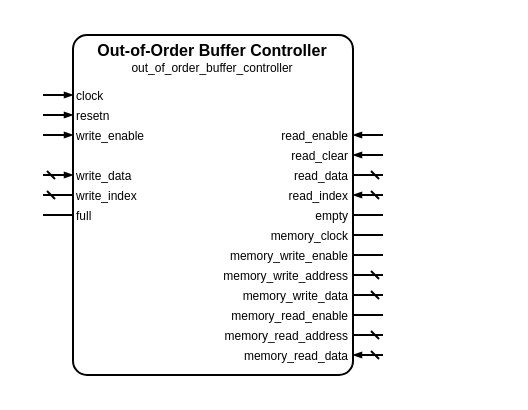
Earlier version of the draw.io diagram sources/data/controllers/out_of_order_buffer/out_of_order_buffer_controller.symbol.drawio (Louis-DR/OmniCores-BuildingBlocks). Source tidied: cells renumbered, new cells numbered last; positions are measured from the earlier drawing's top-left corner, leaving out a move shared by most shapes. Both pictures are drawn from the tidied source at 200%, with x=0, y=0 at pixel (42, 34).
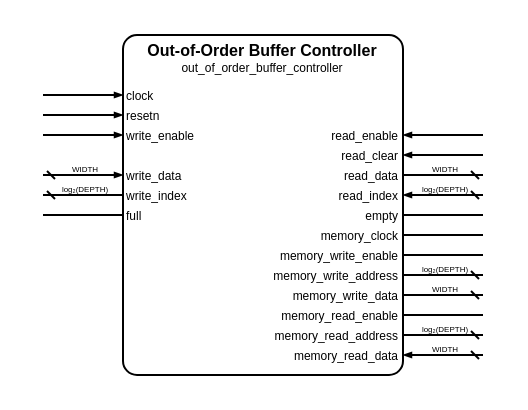
The same diagram, later.

Change to the diagram source:
```diff
@@
     <mxCell id="2" style="group;" parent="1" vertex="1">
-      <mxGeometry width="170" height="170" as="geometry" />
+      <mxGeometry width="220" height="170" as="geometry" />
     </mxCell>
     <mxCell id="3" style="rounded=1;arcSize=5;fillColor=none;strokeWidth=1;strokeColor=black;whiteSpace=wrap;html=1;" parent="2" vertex="1">
-      <mxGeometry x="15" width="140" height="170" as="geometry" />
+      <mxGeometry x="40" width="140" height="170" as="geometry" />
     </mxCell>
     <mxCell id="4" value="Out-of-Order Buffer Controller" style="text;html=1;align=center;verticalAlign=middle;whiteSpace=wrap;rounded=0;fontSize=8;fontStyle=1;fontColor=black;" parent="2" vertex="1">
-      <mxGeometry x="15" y="7" width="140" as="geometry" />
+      <mxGeometry x="40" y="7" width="140" as="geometry" />
     </mxCell>
     <mxCell id="5" value="out_of_order_buffer_controller" style="text;html=1;align=center;verticalAlign=middle;whiteSpace=wrap;rounded=0;fontSize=6;fontStyle=0;fontColor=black;" parent="2" vertex="1">
-      <mxGeometry x="15" y="16" width="140" as="geometry" />
+      <mxGeometry x="40" y="16" width="140" as="geometry" />
     </mxCell>
     <mxCell id="6" value="clock" style="text;html=1;align=left;verticalAlign=middle;whiteSpace=wrap;rounded=0;fontSize=6;fontStyle=0;fontColor=black;" parent="2" vertex="1">
-      <mxGeometry x="15" y="30" width="140" as="geometry" />
+      <mxGeometry x="40" y="30" width="140" as="geometry" />
     </mxCell>
     <mxCell id="7" style="html=1;rounded=1;strokeWidth=1;strokeColor=black;startFill=0;startSize=2;startArrow=none;endFill=1;endSize=2;endArrow=blockThin;sourcePerimeterSpacing=0;" parent="2" edge="1">
       <mxGeometry relative="1" as="geometry">
         <mxPoint y="30" as="sourcePoint" />
-        <mxPoint x="15" y="30" as="targetPoint" />
+        <mxPoint x="40" y="30" as="targetPoint" />
       </mxGeometry>
     </mxCell>
     <mxCell id="8" value="resetn" style="text;html=1;align=left;verticalAlign=middle;whiteSpace=wrap;rounded=0;fontSize=6;fontStyle=0;fontColor=black;" parent="2" vertex="1">
-      <mxGeometry x="15" y="40" width="140" as="geometry" />
+      <mxGeometry x="40" y="40" width="140" as="geometry" />
     </mxCell>
     <mxCell id="9" style="html=1;rounded=1;strokeWidth=1;strokeColor=black;startFill=0;startSize=2;startArrow=none;endFill=1;endSize=2;endArrow=blockThin;sourcePerimeterSpacing=0;" parent="2" edge="1">
       <mxGeometry relative="1" as="geometry">
         <mxPoint y="40" as="sourcePoint" />
-        <mxPoint x="15" y="40" as="targetPoint" />
+        <mxPoint x="40" y="40" as="targetPoint" />
       </mxGeometry>
     </mxCell>
     <mxCell id="10" value="write_enable" style="text;html=1;align=left;verticalAlign=middle;whiteSpace=wrap;rounded=0;fontSize=6;fontStyle=0;fontColor=black;" parent="2" vertex="1">
-      <mxGeometry x="15" y="50" width="140" as="geometry" />
+      <mxGeometry x="40" y="50" width="140" as="geometry" />
     </mxCell>
     <mxCell id="11" style="html=1;rounded=1;strokeWidth=1;strokeColor=black;startFill=0;startSize=2;startArrow=none;endFill=1;endSize=2;endArrow=blockThin;sourcePerimeterSpacing=0;" parent="2" edge="1">
       <mxGeometry relative="1" as="geometry">
         <mxPoint y="50" as="sourcePoint" />
-        <mxPoint x="15" y="50" as="targetPoint" />
+        <mxPoint x="40" y="50" as="targetPoint" />
       </mxGeometry>
     </mxCell>
     <mxCell id="12" value="read_enable" style="text;html=1;align=right;verticalAlign=middle;whiteSpace=wrap;rounded=0;fontSize=6;fontStyle=0;fontColor=black;" parent="2" vertex="1">
-      <mxGeometry x="15" y="50" width="140" as="geometry" />
+      <mxGeometry x="40" y="50" width="140" as="geometry" />
     </mxCell>
     <mxCell id="13" style="html=1;rounded=1;strokeWidth=1;strokeColor=black;startFill=0;startSize=2;startArrow=none;endFill=1;endSize=2;endArrow=blockThin;sourcePerimeterSpacing=0;" parent="2" edge="1">
       <mxGeometry relative="1" as="geometry">
-        <mxPoint x="170" y="50" as="sourcePoint" />
-        <mxPoint x="155" y="50" as="targetPoint" />
+        <mxPoint x="220" y="50" as="sourcePoint" />
+        <mxPoint x="180" y="50" as="targetPoint" />
       </mxGeometry>
     </mxCell>
     <mxCell id="14" value="read_clear" style="text;html=1;align=right;verticalAlign=middle;whiteSpace=wrap;rounded=0;fontSize=6;fontStyle=0;fontColor=black;" parent="2" vertex="1">
-      <mxGeometry x="15" y="60" width="140" as="geometry" />
+      <mxGeometry x="40" y="60" width="140" as="geometry" />
     </mxCell>
     <mxCell id="15" style="html=1;rounded=1;strokeWidth=1;strokeColor=black;startFill=0;startSize=2;startArrow=none;endFill=1;endSize=2;endArrow=blockThin;sourcePerimeterSpacing=0;" parent="2" edge="1">
       <mxGeometry relative="1" as="geometry">
-        <mxPoint x="170" y="60" as="sourcePoint" />
-        <mxPoint x="155" y="60" as="targetPoint" />
+        <mxPoint x="220" y="60" as="sourcePoint" />
+        <mxPoint x="180" y="60" as="targetPoint" />
       </mxGeometry>
     </mxCell>
     <mxCell id="16" value="write_data" style="text;html=1;align=left;verticalAlign=middle;whiteSpace=wrap;rounded=0;fontSize=6;fontStyle=0;fontColor=black;" parent="2" vertex="1">
-      <mxGeometry x="15" y="70" width="140" as="geometry" />
+      <mxGeometry x="40" y="70" width="140" as="geometry" />
     </mxCell>
     <mxCell id="17" style="html=1;rounded=1;strokeWidth=1;strokeColor=black;startFill=0;startSize=2;startArrow=dash;endFill=1;endSize=2;endArrow=blockThin;sourcePerimeterSpacing=0;" parent="2" edge="1">
       <mxGeometry relative="1" as="geometry">
         <mxPoint y="70" as="sourcePoint" />
-        <mxPoint x="15" y="70" as="targetPoint" />
+        <mxPoint x="40" y="70" as="targetPoint" />
       </mxGeometry>
     </mxCell>
+    <mxCell id="42" value="WIDTH" style="text;html=1;align=center;verticalAlign=middle;whiteSpace=nowrap;rounded=0;fontSize=4;fontStyle=0;fontColor=black;" parent="2" vertex="1">
+      <mxGeometry x="20" y="67" as="geometry" />
+    </mxCell>
     <mxCell id="18" value="read_data" style="text;html=1;align=right;verticalAlign=middle;whiteSpace=wrap;rounded=0;fontSize=6;fontStyle=0;fontColor=black;" parent="2" vertex="1">
-      <mxGeometry x="15" y="70" width="140" as="geometry" />
+      <mxGeometry x="40" y="70" width="140" as="geometry" />
     </mxCell>
     <mxCell id="19" style="html=1;rounded=1;strokeWidth=1;strokeColor=black;startFill=0;startSize=2;startArrow=dash;endFill=1;endSize=2;endArrow=none;sourcePerimeterSpacing=0;" parent="2" edge="1">
       <mxGeometry relative="1" as="geometry">
-        <mxPoint x="170" y="70" as="sourcePoint" />
-        <mxPoint x="155" y="70" as="targetPoint" />
+        <mxPoint x="220" y="70" as="sourcePoint" />
+        <mxPoint x="180" y="70" as="targetPoint" />
       </mxGeometry>
     </mxCell>
+    <mxCell id="43" value="WIDTH" style="text;html=1;align=center;verticalAlign=middle;whiteSpace=nowrap;rounded=0;fontSize=4;fontStyle=0;fontColor=black;" parent="2" vertex="1">
+      <mxGeometry x="200" y="67" as="geometry" />
+    </mxCell>
     <mxCell id="20" value="write_index" style="text;html=1;align=left;verticalAlign=middle;whiteSpace=wrap;rounded=0;fontSize=6;fontStyle=0;fontColor=black;" parent="2" vertex="1">
-      <mxGeometry x="15" y="80" width="140" as="geometry" />
+      <mxGeometry x="40" y="80" width="140" as="geometry" />
     </mxCell>
     <mxCell id="21" style="html=1;rounded=1;strokeWidth=1;strokeColor=black;startFill=0;startSize=2;startArrow=dash;endFill=1;endSize=2;endArrow=none;sourcePerimeterSpacing=0;" parent="2" edge="1">
       <mxGeometry relative="1" as="geometry">
         <mxPoint y="80" as="sourcePoint" />
-        <mxPoint x="15" y="80" as="targetPoint" />
+        <mxPoint x="40" y="80" as="targetPoint" />
       </mxGeometry>
     </mxCell>
+    <mxCell id="44" value="log₂(DEPTH)" style="text;html=1;align=center;verticalAlign=middle;whiteSpace=nowrap;rounded=0;fontSize=4;fontStyle=0;fontColor=black;" parent="2" vertex="1">
+      <mxGeometry x="20" y="77" as="geometry" />
+    </mxCell>
     <mxCell id="22" value="read_index" style="text;html=1;align=right;verticalAlign=middle;whiteSpace=wrap;rounded=0;fontSize=6;fontStyle=0;fontColor=black;" parent="2" vertex="1">
-      <mxGeometry x="15" y="80" width="140" as="geometry" />
+      <mxGeometry x="40" y="80" width="140" as="geometry" />
     </mxCell>
     <mxCell id="23" style="html=1;rounded=1;strokeWidth=1;strokeColor=black;startFill=0;startSize=2;startArrow=dash;endFill=1;endSize=2;endArrow=blockThin;sourcePerimeterSpacing=0;" parent="2" edge="1">
       <mxGeometry relative="1" as="geometry">
-        <mxPoint x="170" y="80" as="sourcePoint" />
-        <mxPoint x="155" y="80" as="targetPoint" />
+        <mxPoint x="220" y="80" as="sourcePoint" />
+        <mxPoint x="180" y="80" as="targetPoint" />
       </mxGeometry>
     </mxCell>
+    <mxCell id="45" value="log₂(DEPTH)" style="text;html=1;align=center;verticalAlign=middle;whiteSpace=nowrap;rounded=0;fontSize=4;fontStyle=0;fontColor=black;" parent="2" vertex="1">
+      <mxGeometry x="200" y="77" as="geometry" />
+    </mxCell>
     <mxCell id="24" value="full" style="text;html=1;align=left;verticalAlign=middle;whiteSpace=wrap;rounded=0;fontSize=6;fontStyle=0;fontColor=black;" parent="2" vertex="1">
-      <mxGeometry x="15" y="90" width="140" as="geometry" />
+      <mxGeometry x="40" y="90" width="140" as="geometry" />
     </mxCell>
     <mxCell id="25" style="html=1;rounded=1;strokeWidth=1;strokeColor=black;startFill=0;startSize=2;startArrow=none;endFill=1;endSize=2;endArrow=none;sourcePerimeterSpacing=0;" parent="2" edge="1">
       <mxGeometry relative="1" as="geometry">
         <mxPoint y="90" as="sourcePoint" />
-        <mxPoint x="15" y="90" as="targetPoint" />
+        <mxPoint x="40" y="90" as="targetPoint" />
       </mxGeometry>
     </mxCell>
     <mxCell id="26" value="empty" style="text;html=1;align=right;verticalAlign=middle;whiteSpace=wrap;rounded=0;fontSize=6;fontStyle=0;fontColor=black;" parent="2" vertex="1">
-      <mxGeometry x="15" y="90" width="140" as="geometry" />
+      <mxGeometry x="40" y="90" width="140" as="geometry" />
     </mxCell>
     <mxCell id="27" style="html=1;rounded=1;strokeWidth=1;strokeColor=black;startFill=0;startSize=2;startArrow=none;endFill=1;endSize=2;endArrow=none;sourcePerimeterSpacing=0;" parent="2" edge="1">
       <mxGeometry relative="1" as="geometry">
-        <mxPoint x="170" y="90" as="sourcePoint" />
-        <mxPoint x="155" y="90" as="targetPoint" />
+        <mxPoint x="220" y="90" as="sourcePoint" />
+        <mxPoint x="180" y="90" as="targetPoint" />
       </mxGeometry>
     </mxCell>
     <mxCell id="28" value="memory_clock" style="text;html=1;align=right;verticalAlign=middle;whiteSpace=wrap;rounded=0;fontSize=6;fontStyle=0;fontColor=black;" parent="2" vertex="1">
-      <mxGeometry x="15" y="100" width="140" as="geometry" />
+      <mxGeometry x="40" y="100" width="140" as="geometry" />
     </mxCell>
     <mxCell id="29" style="html=1;rounded=1;strokeWidth=1;strokeColor=black;startFill=0;startSize=2;startArrow=none;endFill=1;endSize=2;endArrow=none;sourcePerimeterSpacing=0;" parent="2" edge="1">
       <mxGeometry relative="1" as="geometry">
-        <mxPoint x="170" y="100" as="sourcePoint" />
-        <mxPoint x="155" y="100" as="targetPoint" />
+        <mxPoint x="220" y="100" as="sourcePoint" />
+        <mxPoint x="180" y="100" as="targetPoint" />
       </mxGeometry>
     </mxCell>
     <mxCell id="30" value="memory_write_enable" style="text;html=1;align=right;verticalAlign=middle;whiteSpace=wrap;rounded=0;fontSize=6;fontStyle=0;fontColor=black;" parent="2" vertex="1">
-      <mxGeometry x="15" y="110" width="140" as="geometry" />
+      <mxGeometry x="40" y="110" width="140" as="geometry" />
     </mxCell>
     <mxCell id="31" style="html=1;rounded=1;strokeWidth=1;strokeColor=black;startFill=0;startSize=2;startArrow=none;endFill=1;endSize=2;endArrow=none;sourcePerimeterSpacing=0;" parent="2" edge="1">
       <mxGeometry relative="1" as="geometry">
-        <mxPoint x="170" y="110" as="sourcePoint" />
-        <mxPoint x="155" y="110" as="targetPoint" />
+        <mxPoint x="220" y="110" as="sourcePoint" />
+        <mxPoint x="180" y="110" as="targetPoint" />
       </mxGeometry>
     </mxCell>
     <mxCell id="32" value="memory_write_address" style="text;html=1;align=right;verticalAlign=middle;whiteSpace=wrap;rounded=0;fontSize=6;fontStyle=0;fontColor=black;" parent="2" vertex="1">
-      <mxGeometry x="15" y="120" width="140" as="geometry" />
+      <mxGeometry x="40" y="120" width="140" as="geometry" />
     </mxCell>
     <mxCell id="33" style="html=1;rounded=1;strokeWidth=1;strokeColor=black;startFill=0;startSize=2;startArrow=dash;endFill=1;endSize=2;endArrow=none;sourcePerimeterSpacing=0;" parent="2" edge="1">
       <mxGeometry relative="1" as="geometry">
-        <mxPoint x="170" y="120" as="sourcePoint" />
-        <mxPoint x="155" y="120" as="targetPoint" />
+        <mxPoint x="220" y="120" as="sourcePoint" />
+        <mxPoint x="180" y="120" as="targetPoint" />
       </mxGeometry>
     </mxCell>
+    <mxCell id="46" value="log₂(DEPTH)" style="text;html=1;align=center;verticalAlign=middle;whiteSpace=nowrap;rounded=0;fontSize=4;fontStyle=0;fontColor=black;" parent="2" vertex="1">
+      <mxGeometry x="200" y="117" as="geometry" />
+    </mxCell>
     <mxCell id="34" value="memory_write_data" style="text;html=1;align=right;verticalAlign=middle;whiteSpace=wrap;rounded=0;fontSize=6;fontStyle=0;fontColor=black;" parent="2" vertex="1">
-      <mxGeometry x="15" y="130" width="140" as="geometry" />
+      <mxGeometry x="40" y="130" width="140" as="geometry" />
     </mxCell>
     <mxCell id="35" style="html=1;rounded=1;strokeWidth=1;strokeColor=black;startFill=0;startSize=2;startArrow=dash;endFill=1;endSize=2;endArrow=none;sourcePerimeterSpacing=0;" parent="2" edge="1">
       <mxGeometry relative="1" as="geometry">
-        <mxPoint x="170" y="130" as="sourcePoint" />
-        <mxPoint x="155" y="130" as="targetPoint" />
+        <mxPoint x="220" y="130" as="sourcePoint" />
+        <mxPoint x="180" y="130" as="targetPoint" />
       </mxGeometry>
     </mxCell>
+    <mxCell id="47" value="WIDTH" style="text;html=1;align=center;verticalAlign=middle;whiteSpace=nowrap;rounded=0;fontSize=4;fontStyle=0;fontColor=black;" parent="2" vertex="1">
+      <mxGeometry x="200" y="127" as="geometry" />
+    </mxCell>
     <mxCell id="36" value="memory_read_enable" style="text;html=1;align=right;verticalAlign=middle;whiteSpace=wrap;rounded=0;fontSize=6;fontStyle=0;fontColor=black;" parent="2" vertex="1">
-      <mxGeometry x="15" y="140" width="140" as="geometry" />
+      <mxGeometry x="40" y="140" width="140" as="geometry" />
     </mxCell>
     <mxCell id="37" style="html=1;rounded=1;strokeWidth=1;strokeColor=black;startFill=0;startSize=2;startArrow=none;endFill=1;endSize=2;endArrow=none;sourcePerimeterSpacing=0;" parent="2" edge="1">
       <mxGeometry relative="1" as="geometry">
-        <mxPoint x="170" y="140" as="sourcePoint" />
-        <mxPoint x="155" y="140" as="targetPoint" />
+        <mxPoint x="220" y="140" as="sourcePoint" />
+        <mxPoint x="180" y="140" as="targetPoint" />
       </mxGeometry>
     </mxCell>
     <mxCell id="38" value="memory_read_address" style="text;html=1;align=right;verticalAlign=middle;whiteSpace=wrap;rounded=0;fontSize=6;fontStyle=0;fontColor=black;" parent="2" vertex="1">
-      <mxGeometry x="15" y="150" width="140" as="geometry" />
+      <mxGeometry x="40" y="150" width="140" as="geometry" />
     </mxCell>
     <mxCell id="39" style="html=1;rounded=1;strokeWidth=1;strokeColor=black;startFill=0;startSize=2;startArrow=dash;endFill=1;endSize=2;endArrow=none;sourcePerimeterSpacing=0;" parent="2" edge="1">
       <mxGeometry relative="1" as="geometry">
-        <mxPoint x="170" y="150" as="sourcePoint" />
-        <mxPoint x="155" y="150" as="targetPoint" />
+        <mxPoint x="220" y="150" as="sourcePoint" />
+        <mxPoint x="180" y="150" as="targetPoint" />
       </mxGeometry>
     </mxCell>
+    <mxCell id="48" value="log₂(DEPTH)" style="text;html=1;align=center;verticalAlign=middle;whiteSpace=nowrap;rounded=0;fontSize=4;fontStyle=0;fontColor=black;" parent="2" vertex="1">
+      <mxGeometry x="200" y="147" as="geometry" />
+    </mxCell>
     <mxCell id="40" value="memory_read_data" style="text;html=1;align=right;verticalAlign=middle;whiteSpace=wrap;rounded=0;fontSize=6;fontStyle=0;fontColor=black;" parent="2" vertex="1">
-      <mxGeometry x="15" y="160" width="140" as="geometry" />
+      <mxGeometry x="40" y="160" width="140" as="geometry" />
     </mxCell>
     <mxCell id="41" style="html=1;rounded=1;strokeWidth=1;strokeColor=black;startFill=0;startSize=2;startArrow=dash;endFill=1;endSize=2;endArrow=blockThin;sourcePerimeterSpacing=0;" parent="2" edge="1">
       <mxGeometry relative="1" as="geometry">
-        <mxPoint x="170" y="160" as="sourcePoint" />
-        <mxPoint x="155" y="160" as="targetPoint" />
+        <mxPoint x="220" y="160" as="sourcePoint" />
+        <mxPoint x="180" y="160" as="targetPoint" />
       </mxGeometry>
     </mxCell>
+    <mxCell id="49" value="WIDTH" style="text;html=1;align=center;verticalAlign=middle;whiteSpace=nowrap;rounded=0;fontSize=4;fontStyle=0;fontColor=black;" parent="2" vertex="1">
+      <mxGeometry x="200" y="157" as="geometry" />
+    </mxCell>
```
